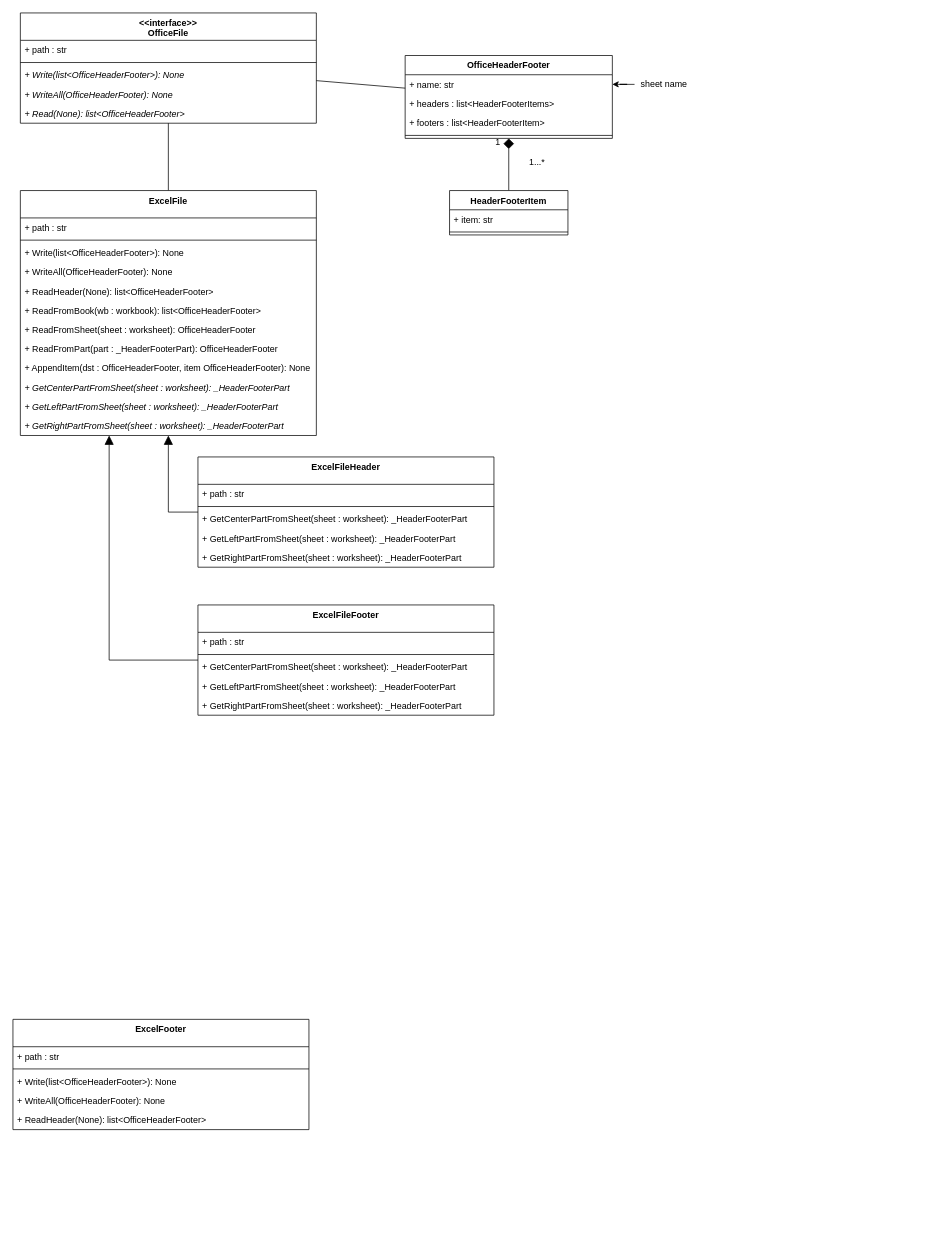
Before: page "Class diagram2" (3 of 3) of doc/design/design.drawio in CountrySideEngineer/PythonDeOffice, a draw.io diagram. Source tidied: cells renumbered, new cells numbered last; positions are measured from the earlier drawing's top-left corner, leaving out a move shared by most shapes. Both pictures are drawn from the tidied source at 74%, with x=0, y=0 at pixel (13, 13).
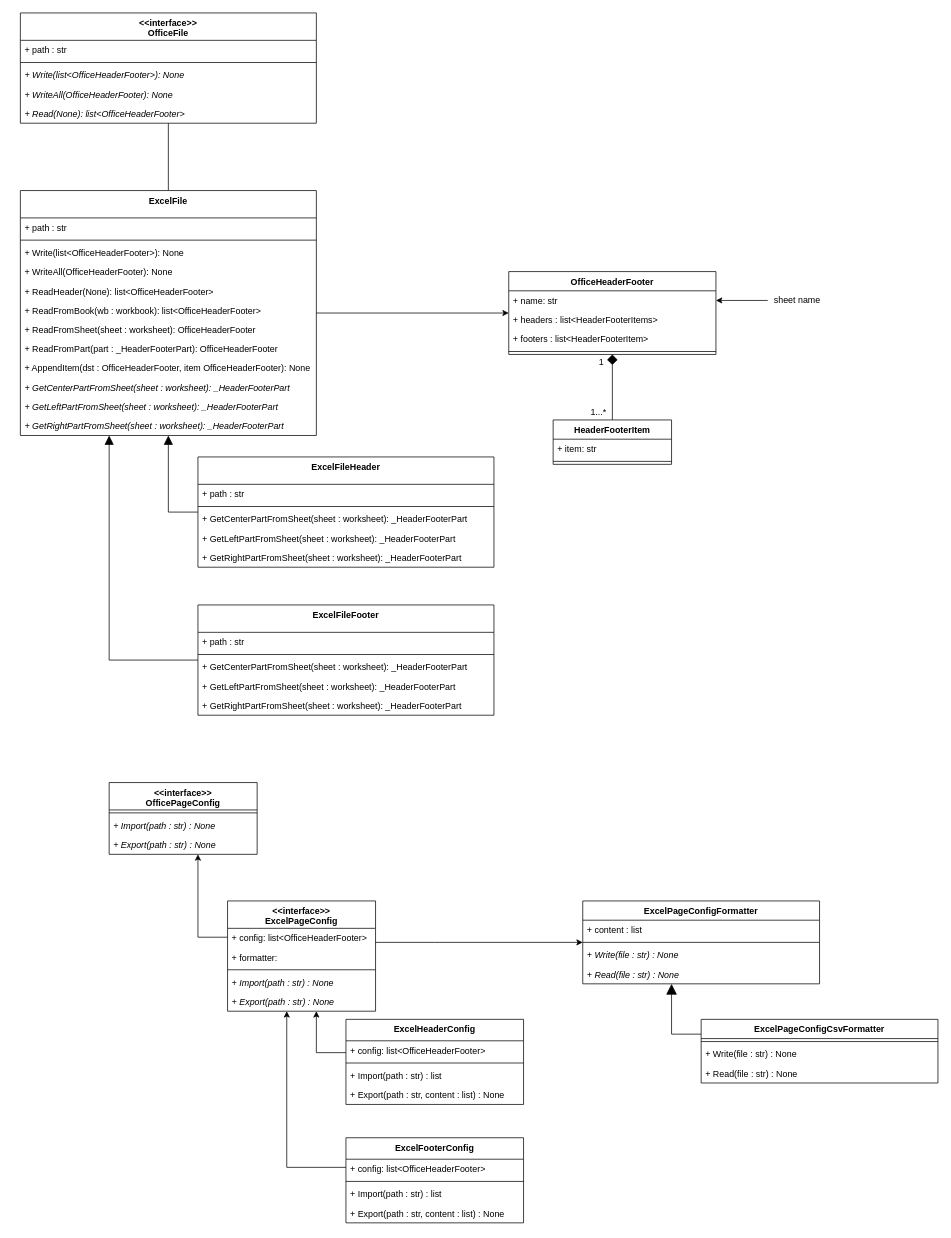
The same page after the edit.

Commit message:
Update design document.

The change refers to these unchanged cells:
```xml
<mxCell id="3" style="edgeStyle=none;rounded=0;jettySize=auto;html=1;startArrow=diamond;startFill=1;startSize=12;endArrow=none;endFill=0;endSize=6;" parent="1" edge="1" source="7" target="12">
  <mxGeometry relative="1" as="geometry" />
</mxCell>
<mxCell id="15" value="&lt;&lt;interface&gt;&gt;&#10;OfficeFile" style="swimlane;fontStyle=1;align=center;verticalAlign=top;horizontal=1;startSize=37;" parent="1" vertex="1">
  <mxGeometry x="10" width="400" height="149" as="geometry" />
</mxCell>
<mxCell id="23" value="ExcelFile" style="swimlane;fontStyle=1;align=center;verticalAlign=top;horizontal=1;startSize=37;" parent="1" vertex="1">
  <mxGeometry x="10" y="240" width="400" height="331" as="geometry" />
</mxCell>
```

Diff of the diagram source:
```diff
@@
     <mxCell id="5" value="1...*" style="text;html=1;align=center;verticalAlign=middle;labelBackgroundColor=#ffffff;" parent="3" vertex="1">
       <mxGeometry x="0.27" y="3" relative="1" as="geometry">
-        <mxPoint x="34" y="-13" as="offset" />
+        <mxPoint x="-23" y="22" as="offset" />
       </mxGeometry>
     </mxCell>
-    <mxCell id="6" style="edgeStyle=none;rounded=0;jettySize=auto;html=1;startArrow=none;startFill=0;startSize=12;endArrow=none;endFill=0;endSize=6;" parent="1" edge="1" source="7" target="15">
-      <mxGeometry relative="1" as="geometry" />
-    </mxCell>
     <mxCell id="7" value="OfficeHeaderFooter" style="swimlane;fontStyle=1;align=center;verticalAlign=top;horizontal=1;startSize=26;" parent="1" vertex="1">
-      <mxGeometry x="530" y="57.5" width="280" height="112" as="geometry" />
+      <mxGeometry x="670" y="349.5" width="280" height="112" as="geometry" />
     </mxCell>
@@
     <mxCell id="12" value="HeaderFooterItem" style="swimlane;fontStyle=1;align=center;verticalAlign=top;horizontal=1;startSize=26;" parent="1" vertex="1">
-      <mxGeometry x="590" y="240" width="160" height="60" as="geometry" />
+      <mxGeometry x="730" y="550" width="160" height="60" as="geometry" />
     </mxCell>
@@
     <mxCell id="22" value="sheet name" style="text;html=1;strokeColor=none;fillColor=none;align=center;verticalAlign=middle;whiteSpace=wrap;rounded=0;" parent="1" vertex="1">
-      <mxGeometry x="840" y="86.5" width="80" height="20" as="geometry" />
+      <mxGeometry x="1020" y="378.5" width="80" height="20" as="geometry" />
     </mxCell>
@@
-    <mxCell id="36" value="ExcelFooter" style="swimlane;fontStyle=1;align=center;verticalAlign=top;horizontal=1;startSize=37;" parent="1" vertex="1">
-      <mxGeometry y="1360" width="400" height="149" as="geometry" />
+    <mxCell id="36" value="&lt;&lt;interface&gt;&gt;&#10;OfficePageConfig" style="swimlane;fontStyle=1;align=center;verticalAlign=top;horizontal=1;startSize=37;" parent="1" vertex="1">
+      <mxGeometry x="130" y="1040" width="200" height="97" as="geometry" />
     </mxCell>
-    <mxCell id="37" value="+ path : str" style="text;strokeColor=none;fillColor=none;align=left;verticalAlign=top;spacingLeft=4;spacingRight=4;overflow=hidden;fontStyle=0;" parent="36" vertex="1">
-      <mxGeometry y="37" width="400" height="26" as="geometry" />
-    </mxCell>
     <mxCell id="38" style="line;strokeWidth=1;fillColor=none;align=left;verticalAlign=middle;spacingTop=-1;spacingLeft=3;spacingRight=3;labelPosition=right;fontStyle=0;" parent="36" vertex="1">
-      <mxGeometry y="63" width="400" height="8" as="geometry" />
+      <mxGeometry y="37" width="200" height="8" as="geometry" />
     </mxCell>
-    <mxCell id="39" value="+ Write(list&lt;OfficeHeaderFooter&gt;): None" style="text;strokeColor=none;fillColor=none;align=left;verticalAlign=top;spacingLeft=4;spacingRight=4;overflow=hidden;fontStyle=0;" parent="36" vertex="1">
-      <mxGeometry y="71" width="400" height="26" as="geometry" />
-    </mxCell>
-    <mxCell id="40" value="+ WriteAll(OfficeHeaderFooter): None" style="text;strokeColor=none;fillColor=none;align=left;verticalAlign=top;spacingLeft=4;spacingRight=4;overflow=hidden;fontStyle=0;" parent="36" vertex="1">
-      <mxGeometry y="97" width="400" height="26" as="geometry" />
-    </mxCell>
-    <mxCell id="41" value="+ ReadHeader(None): list&lt;OfficeHeaderFooter&gt;" style="text;strokeColor=none;fillColor=none;align=left;verticalAlign=top;spacingLeft=4;spacingRight=4;overflow=hidden;fontStyle=0;" parent="36" vertex="1">
-      <mxGeometry y="123" width="400" height="26" as="geometry" />
-    </mxCell>
+    <mxCell id="56" value="+ Import(path : str) : None" style="text;strokeColor=none;fillColor=none;align=left;verticalAlign=top;spacingLeft=4;spacingRight=4;overflow=hidden;fontStyle=2;" parent="36" vertex="1">
+      <mxGeometry y="45" width="200" height="26" as="geometry" />
+    </mxCell>
+    <mxCell id="57" value="+ Export(path : str) : None" style="text;strokeColor=none;fillColor=none;align=left;verticalAlign=top;spacingLeft=4;spacingRight=4;overflow=hidden;fontStyle=2;" parent="36" vertex="1">
+      <mxGeometry y="71" width="200" height="26" as="geometry" />
+    </mxCell>
@@
+    <mxCell id="58" style="edgeStyle=orthogonalEdgeStyle;rounded=0;jettySize=auto;html=1;" parent="1" edge="1" source="23" target="7">
+      <mxGeometry relative="1" as="geometry" />
+    </mxCell>
+    <mxCell id="59" style="edgeStyle=orthogonalEdgeStyle;rounded=0;jettySize=auto;html=1;" parent="1" edge="1" source="61" target="36">
+      <mxGeometry relative="1" as="geometry">
+        <Array as="points">
+          <mxPoint x="250" y="1249" />
+        </Array>
+      </mxGeometry>
+    </mxCell>
+    <mxCell id="60" style="edgeStyle=orthogonalEdgeStyle;rounded=0;jettySize=auto;html=1;" parent="1" edge="1" source="61" target="79">
+      <mxGeometry relative="1" as="geometry">
+        <Array as="points">
+          <mxPoint x="570" y="1256" />
+          <mxPoint x="570" y="1256" />
+        </Array>
+      </mxGeometry>
+    </mxCell>
+    <mxCell id="61" value="&lt;&lt;interface&gt;&gt;&#10;ExcelPageConfig" style="swimlane;fontStyle=1;align=center;verticalAlign=top;horizontal=1;startSize=37;" parent="1" vertex="1">
+      <mxGeometry x="290" y="1200" width="200" height="149" as="geometry" />
+    </mxCell>
+    <mxCell id="62" value="+ config: list&lt;OfficeHeaderFooter&gt;" style="text;strokeColor=none;fillColor=none;align=left;verticalAlign=top;spacingLeft=4;spacingRight=4;overflow=hidden;" parent="61" vertex="1">
+      <mxGeometry y="37" width="200" height="26" as="geometry" />
+    </mxCell>
+    <mxCell id="63" value="+ formatter: " style="text;strokeColor=none;fillColor=none;align=left;verticalAlign=top;spacingLeft=4;spacingRight=4;overflow=hidden;" parent="61" vertex="1">
+      <mxGeometry y="63" width="200" height="26" as="geometry" />
+    </mxCell>
+    <mxCell id="64" style="line;strokeWidth=1;fillColor=none;align=left;verticalAlign=middle;spacingTop=-1;spacingLeft=3;spacingRight=3;labelPosition=right;fontStyle=0;" parent="61" vertex="1">
+      <mxGeometry y="89" width="200" height="8" as="geometry" />
+    </mxCell>
+    <mxCell id="65" value="+ Import(path : str) : None" style="text;strokeColor=none;fillColor=none;align=left;verticalAlign=top;spacingLeft=4;spacingRight=4;overflow=hidden;fontStyle=2;" parent="61" vertex="1">
+      <mxGeometry y="97" width="200" height="26" as="geometry" />
+    </mxCell>
+    <mxCell id="66" value="+ Export(path : str) : None" style="text;strokeColor=none;fillColor=none;align=left;verticalAlign=top;spacingLeft=4;spacingRight=4;overflow=hidden;fontStyle=2;" parent="61" vertex="1">
+      <mxGeometry y="123" width="200" height="26" as="geometry" />
+    </mxCell>
+    <mxCell id="67" style="edgeStyle=orthogonalEdgeStyle;rounded=0;jettySize=auto;html=1;" parent="1" edge="1" source="68" target="61">
+      <mxGeometry relative="1" as="geometry">
+        <Array as="points">
+          <mxPoint x="410" y="1405" />
+        </Array>
+      </mxGeometry>
+    </mxCell>
+    <mxCell id="68" value="ExcelHeaderConfig" style="swimlane;fontStyle=1;align=center;verticalAlign=top;horizontal=1;startSize=29;" parent="1" vertex="1">
+      <mxGeometry x="450" y="1360" width="240" height="115" as="geometry" />
+    </mxCell>
+    <mxCell id="69" value="+ config: list&lt;OfficeHeaderFooter&gt;" style="text;strokeColor=none;fillColor=none;align=left;verticalAlign=top;spacingLeft=4;spacingRight=4;overflow=hidden;" parent="68" vertex="1">
+      <mxGeometry y="29" width="240" height="26" as="geometry" />
+    </mxCell>
+    <mxCell id="70" style="line;strokeWidth=1;fillColor=none;align=left;verticalAlign=middle;spacingTop=-1;spacingLeft=3;spacingRight=3;labelPosition=right;fontStyle=0;" parent="68" vertex="1">
+      <mxGeometry y="55" width="240" height="8" as="geometry" />
+    </mxCell>
+    <mxCell id="71" value="+ Import(path : str) : list" style="text;strokeColor=none;fillColor=none;align=left;verticalAlign=top;spacingLeft=4;spacingRight=4;overflow=hidden;fontStyle=0;" parent="68" vertex="1">
+      <mxGeometry y="63" width="240" height="26" as="geometry" />
+    </mxCell>
+    <mxCell id="72" value="+ Export(path : str, content : list) : None" style="text;strokeColor=none;fillColor=none;align=left;verticalAlign=top;spacingLeft=4;spacingRight=4;overflow=hidden;fontStyle=0;" parent="68" vertex="1">
+      <mxGeometry y="89" width="240" height="26" as="geometry" />
+    </mxCell>
+    <mxCell id="73" style="edgeStyle=orthogonalEdgeStyle;rounded=0;jettySize=auto;html=1;" parent="1" edge="1" source="74" target="61">
+      <mxGeometry relative="1" as="geometry">
+        <Array as="points">
+          <mxPoint x="370" y="1560" />
+        </Array>
+      </mxGeometry>
+    </mxCell>
+    <mxCell id="74" value="ExcelFooterConfig" style="swimlane;fontStyle=1;align=center;verticalAlign=top;horizontal=1;startSize=29;" parent="1" vertex="1">
+      <mxGeometry x="450" y="1520" width="240" height="115" as="geometry" />
+    </mxCell>
+    <mxCell id="75" value="+ config: list&lt;OfficeHeaderFooter&gt;" style="text;strokeColor=none;fillColor=none;align=left;verticalAlign=top;spacingLeft=4;spacingRight=4;overflow=hidden;" parent="74" vertex="1">
+      <mxGeometry y="29" width="240" height="26" as="geometry" />
+    </mxCell>
+    <mxCell id="76" style="line;strokeWidth=1;fillColor=none;align=left;verticalAlign=middle;spacingTop=-1;spacingLeft=3;spacingRight=3;labelPosition=right;fontStyle=0;" parent="74" vertex="1">
+      <mxGeometry y="55" width="240" height="8" as="geometry" />
+    </mxCell>
+    <mxCell id="77" value="+ Import(path : str) : list" style="text;strokeColor=none;fillColor=none;align=left;verticalAlign=top;spacingLeft=4;spacingRight=4;overflow=hidden;fontStyle=0;" parent="74" vertex="1">
+      <mxGeometry y="63" width="240" height="26" as="geometry" />
+    </mxCell>
+    <mxCell id="78" value="+ Export(path : str, content : list) : None" style="text;strokeColor=none;fillColor=none;align=left;verticalAlign=top;spacingLeft=4;spacingRight=4;overflow=hidden;fontStyle=0;" parent="74" vertex="1">
+      <mxGeometry y="89" width="240" height="26" as="geometry" />
+    </mxCell>
+    <mxCell id="79" value="ExcelPageConfigFormatter" style="swimlane;fontStyle=1;align=center;verticalAlign=top;horizontal=1;startSize=26;" parent="1" vertex="1">
+      <mxGeometry x="770" y="1200" width="320" height="112" as="geometry" />
+    </mxCell>
+    <mxCell id="80" value="+ content : list" style="text;strokeColor=none;fillColor=none;align=left;verticalAlign=top;spacingLeft=4;spacingRight=4;overflow=hidden;" parent="79" vertex="1">
+      <mxGeometry y="26" width="320" height="26" as="geometry" />
+    </mxCell>
+    <mxCell id="81" style="line;strokeWidth=1;fillColor=none;align=left;verticalAlign=middle;spacingTop=-1;spacingLeft=3;spacingRight=3;labelPosition=right;" parent="79" vertex="1">
+      <mxGeometry y="52" width="320" height="8" as="geometry" />
+    </mxCell>
+    <mxCell id="82" value="+ Write(file : str) : None" style="text;strokeColor=none;fillColor=none;align=left;verticalAlign=top;spacingLeft=4;spacingRight=4;overflow=hidden;fontStyle=2;" parent="79" vertex="1">
+      <mxGeometry y="60" width="320" height="26" as="geometry" />
+    </mxCell>
+    <mxCell id="83" value="+ Read(file : str) : None" style="text;strokeColor=none;fillColor=none;align=left;verticalAlign=top;spacingLeft=4;spacingRight=4;overflow=hidden;fontStyle=2;" parent="79" vertex="1">
+      <mxGeometry y="86" width="320" height="26" as="geometry" />
+    </mxCell>
+    <mxCell id="84" style="edgeStyle=orthogonalEdgeStyle;rounded=0;jettySize=auto;html=1;endArrow=block;endFill=1;endSize=12;" parent="1" edge="1" source="85" target="79">
+      <mxGeometry relative="1" as="geometry">
+        <Array as="points">
+          <mxPoint x="890" y="1380" />
+        </Array>
+      </mxGeometry>
+    </mxCell>
+    <mxCell id="85" value="ExcelPageConfigCsvFormatter" style="swimlane;fontStyle=1;align=center;verticalAlign=top;horizontal=1;startSize=26;" parent="1" vertex="1">
+      <mxGeometry x="930" y="1360" width="320" height="86" as="geometry" />
+    </mxCell>
+    <mxCell id="86" style="line;strokeWidth=1;fillColor=none;align=left;verticalAlign=middle;spacingTop=-1;spacingLeft=3;spacingRight=3;labelPosition=right;" parent="85" vertex="1">
+      <mxGeometry y="26" width="320" height="8" as="geometry" />
+    </mxCell>
+    <mxCell id="87" value="+ Write(file : str) : None" style="text;strokeColor=none;fillColor=none;align=left;verticalAlign=top;spacingLeft=4;spacingRight=4;overflow=hidden;fontStyle=0;" parent="85" vertex="1">
+      <mxGeometry y="34" width="320" height="26" as="geometry" />
+    </mxCell>
+    <mxCell id="88" value="+ Read(file : str) : None" style="text;strokeColor=none;fillColor=none;align=left;verticalAlign=top;spacingLeft=4;spacingRight=4;overflow=hidden;fontStyle=0;" parent="85" vertex="1">
+      <mxGeometry y="60" width="320" height="26" as="geometry" />
+    </mxCell>
```
